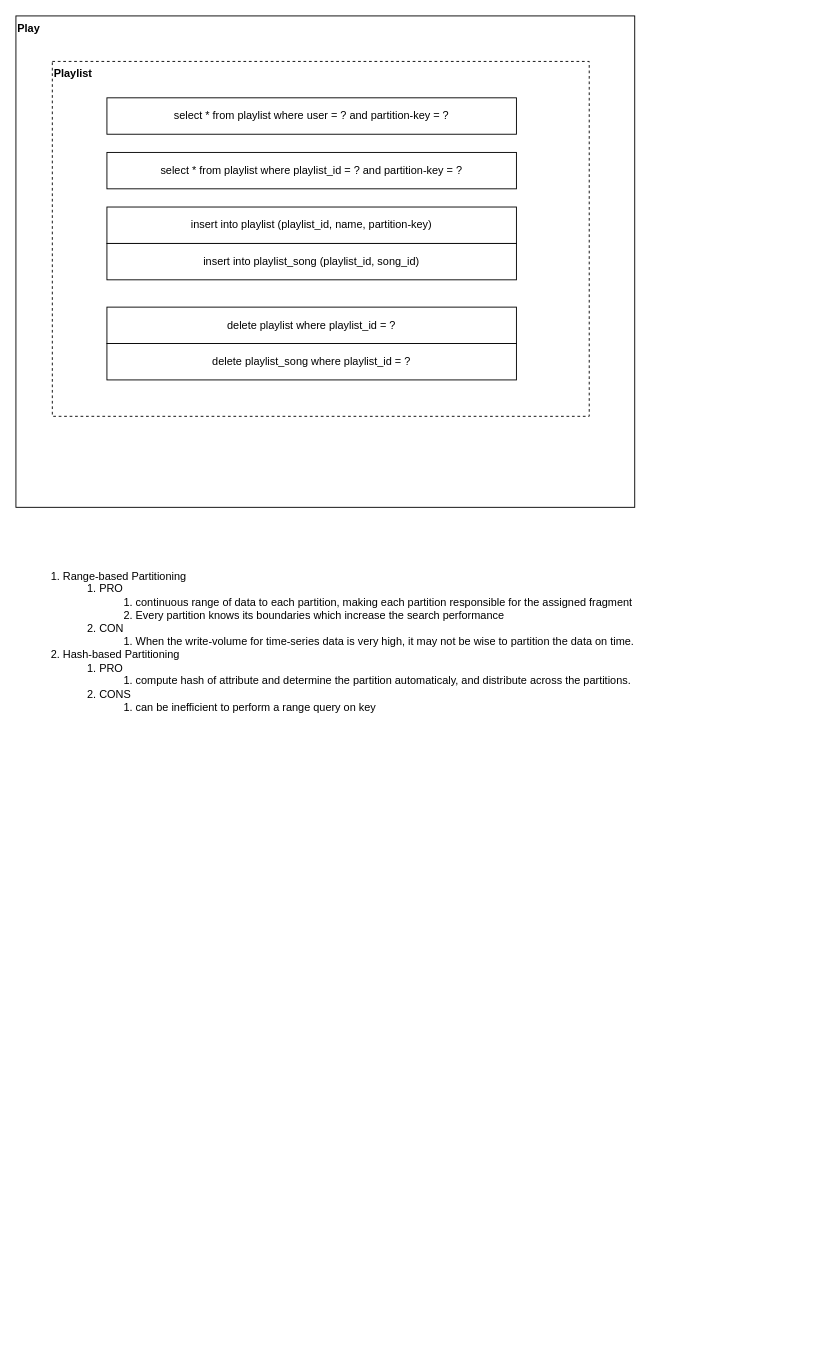
This is architecture/mary-jane-store/03.data-structure.drawio from codegik/pocs, a draw.io file, before an edit. Source tidied: cells renumbered, new cells numbered last; positions are measured from the earlier drawing's top-left corner, leaving out a move shared by most shapes. Both pictures are drawn from the tidied source at 91%, with x=0, y=0 at pixel (15, 15).
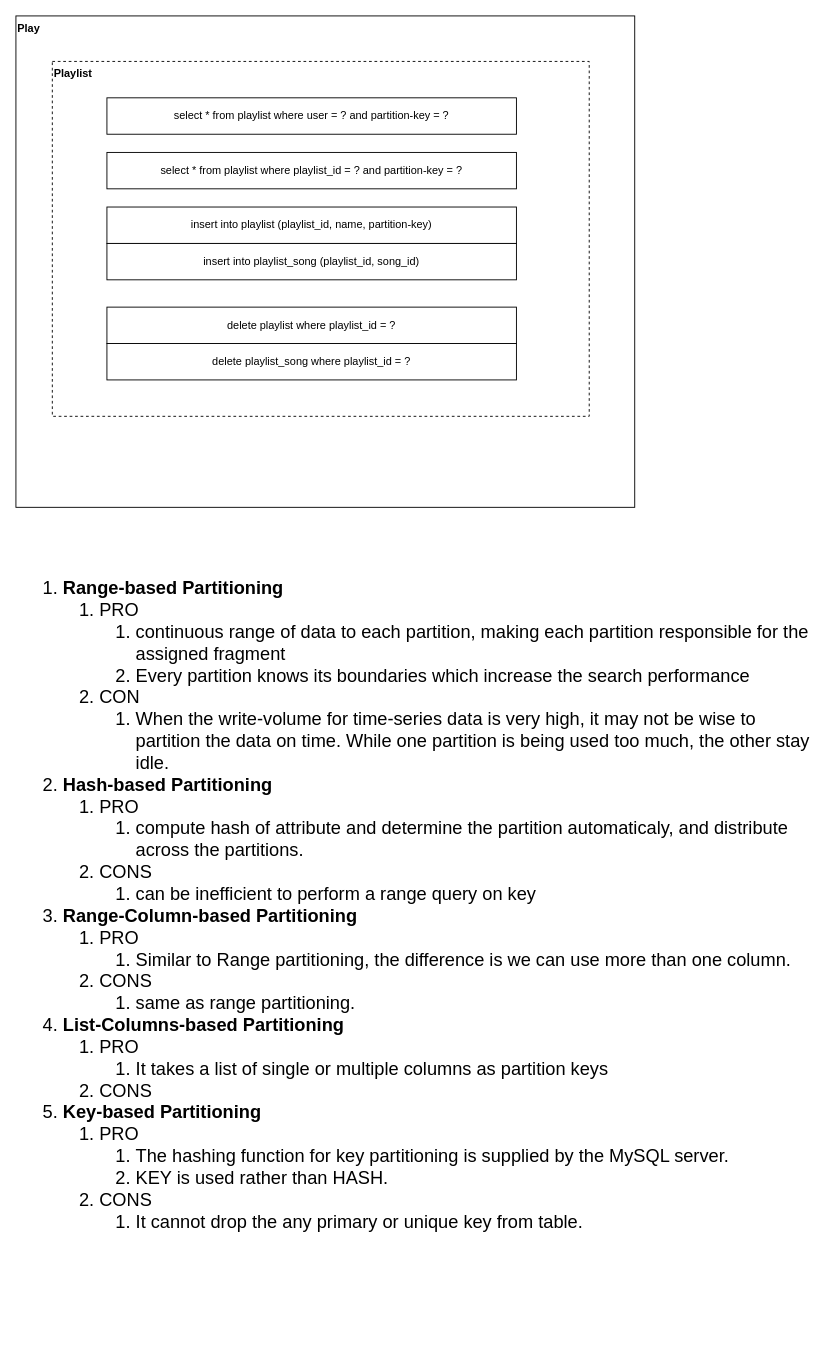
After the change.

Diff of the diagram source:
```diff
@@
 <mxGraphModel>
   <root>
     <mxCell id="0" />
     <mxCell id="1" parent="0" />
     <mxCell id="2" value="Play" style="rounded=0;whiteSpace=wrap;html=1;align=left;verticalAlign=top;fontStyle=1;" parent="1" vertex="1">
       <mxGeometry width="680" height="540" as="geometry" />
     </mxCell>
     <mxCell id="3" value="Playlist" style="rounded=0;whiteSpace=wrap;html=1;align=left;verticalAlign=top;dashed=1;fontStyle=1;" parent="1" vertex="1">
       <mxGeometry x="40" y="50" width="590" height="390" as="geometry" />
     </mxCell>
     <mxCell id="4" value="select * from playlist where user = ? and partition-key = ?" style="rounded=0;whiteSpace=wrap;html=1;" parent="1" vertex="1">
       <mxGeometry x="100" y="90" width="450" height="40" as="geometry" />
     </mxCell>
     <mxCell id="5" value="select * from playlist where playlist_id = ? and partition-key = ?" style="rounded=0;whiteSpace=wrap;html=1;" parent="1" vertex="1">
       <mxGeometry x="100" y="150" width="450" height="40" as="geometry" />
     </mxCell>
     <mxCell id="6" value="insert into playlist (playlist_id, name, partition-key)" style="rounded=0;whiteSpace=wrap;html=1;" parent="1" vertex="1">
       <mxGeometry x="100" y="210" width="450" height="40" as="geometry" />
     </mxCell>
     <mxCell id="7" value="delete playlist where playlist_id = ?" style="rounded=0;whiteSpace=wrap;html=1;" parent="1" vertex="1">
       <mxGeometry x="100" y="320" width="450" height="40" as="geometry" />
     </mxCell>
     <mxCell id="8" value="insert into playlist_song (playlist_id, song_id)" style="rounded=0;whiteSpace=wrap;html=1;" parent="1" vertex="1">
       <mxGeometry x="100" y="250" width="450" height="40" as="geometry" />
     </mxCell>
     <mxCell id="9" value="delete playlist_song where playlist_id = ?" style="rounded=0;whiteSpace=wrap;html=1;" parent="1" vertex="1">
       <mxGeometry x="100" y="360" width="450" height="40" as="geometry" />
     </mxCell>
-    <mxCell id="10" value="&lt;ol&gt;&lt;li&gt;Range-based Partitioning&lt;/li&gt;&lt;ol&gt;&lt;li&gt;PRO&lt;/li&gt;&lt;ol&gt;&lt;li&gt;continuous range of data to each partition, making each partition responsible for the assigned fragment&lt;/li&gt;&lt;li&gt;Every partition knows its boundaries which increase the search performance&lt;/li&gt;&lt;/ol&gt;&lt;li&gt;CON&lt;/li&gt;&lt;ol&gt;&lt;li&gt;When the write-volume for time-series data is very high, it may not be wise to partition the data on time.&lt;/li&gt;&lt;/ol&gt;&lt;/ol&gt;&lt;li&gt;Hash-based Partitioning &lt;br&gt;&lt;/li&gt;&lt;ol&gt;&lt;li&gt;PRO&lt;/li&gt;&lt;ol&gt;&lt;li&gt;compute hash of attribute and determine the partition automaticaly, and distribute across the partitions.&lt;br&gt;&lt;/li&gt;&lt;/ol&gt;&lt;li&gt;CONS&lt;/li&gt;&lt;ol&gt;&lt;li&gt;can be inefficient to perform a range query on key&lt;br&gt;&lt;/li&gt;&lt;/ol&gt;&lt;/ol&gt;&lt;/ol&gt;" style="text;html=1;strokeColor=none;fillColor=none;align=left;verticalAlign=top;whiteSpace=wrap;rounded=0;" parent="1" vertex="1">
-      <mxGeometry x="10" y="590" width="810" height="230" as="geometry" />
+    <mxCell id="10" value="&lt;ol style=&quot;font-size: 20px;&quot;&gt;&lt;li style=&quot;font-size: 20px;&quot;&gt;&lt;b&gt;Range-based Partitioning&lt;/b&gt;&lt;/li&gt;&lt;ol style=&quot;font-size: 20px;&quot;&gt;&lt;li style=&quot;font-size: 20px;&quot;&gt;PRO&lt;/li&gt;&lt;ol style=&quot;font-size: 20px;&quot;&gt;&lt;li style=&quot;font-size: 20px;&quot;&gt;continuous range of data to each partition, making each partition responsible for the assigned fragment&lt;/li&gt;&lt;li style=&quot;font-size: 20px;&quot;&gt;Every partition knows its boundaries which increase the search performance&lt;/li&gt;&lt;/ol&gt;&lt;li style=&quot;font-size: 20px;&quot;&gt;CON&lt;/li&gt;&lt;ol style=&quot;font-size: 20px;&quot;&gt;&lt;li style=&quot;font-size: 20px;&quot;&gt;When the write-volume for time-series data is very high, it may not be wise to partition the data on time. While one partition is being used too much, the other stay idle.&lt;br style=&quot;font-size: 20px;&quot;&gt;&lt;/li&gt;&lt;/ol&gt;&lt;/ol&gt;&lt;li style=&quot;font-size: 20px;&quot;&gt;&lt;b&gt;Hash-based Partitioning &lt;/b&gt;&lt;br style=&quot;font-size: 20px;&quot;&gt;&lt;/li&gt;&lt;ol style=&quot;font-size: 20px;&quot;&gt;&lt;li style=&quot;font-size: 20px;&quot;&gt;PRO&lt;/li&gt;&lt;ol style=&quot;font-size: 20px;&quot;&gt;&lt;li style=&quot;font-size: 20px;&quot;&gt;compute hash of attribute and determine the partition automaticaly, and distribute across the partitions.&lt;br style=&quot;font-size: 20px;&quot;&gt;&lt;/li&gt;&lt;/ol&gt;&lt;li style=&quot;font-size: 20px;&quot;&gt;CONS&lt;/li&gt;&lt;ol style=&quot;font-size: 20px;&quot;&gt;&lt;li style=&quot;font-size: 20px;&quot;&gt;can be inefficient to perform a range query on key&lt;/li&gt;&lt;/ol&gt;&lt;/ol&gt;&lt;li style=&quot;font-size: 20px;&quot;&gt;&lt;b&gt;Range-Column-based Partitioning&lt;/b&gt;&lt;/li&gt;&lt;ol style=&quot;font-size: 20px;&quot;&gt;&lt;li style=&quot;font-size: 20px;&quot;&gt;PRO&lt;/li&gt;&lt;ol style=&quot;font-size: 20px;&quot;&gt;&lt;li style=&quot;font-size: 20px;&quot;&gt;Similar to Range partitioning, the difference is we can use more than one column.&lt;/li&gt;&lt;/ol&gt;&lt;li style=&quot;font-size: 20px;&quot;&gt;CONS&lt;/li&gt;&lt;ol&gt;&lt;li style=&quot;font-size: 20px;&quot;&gt;same as range partitioning.&lt;/li&gt;&lt;/ol&gt;&lt;/ol&gt;&lt;li style=&quot;font-size: 20px;&quot;&gt;&lt;b&gt;List-Columns-based Partitioning&lt;/b&gt;&lt;/li&gt;&lt;ol&gt;&lt;li style=&quot;font-size: 20px;&quot;&gt;PRO&lt;/li&gt;&lt;ol&gt;&lt;li style=&quot;font-size: 20px;&quot;&gt;It takes a list of single or multiple columns as partition keys&lt;br&gt;&lt;/li&gt;&lt;/ol&gt;&lt;li style=&quot;font-size: 20px;&quot;&gt;CONS&lt;/li&gt;&lt;/ol&gt;&lt;li style=&quot;font-size: 20px;&quot;&gt;&lt;b&gt;Key-based Partitioning&lt;/b&gt;&lt;/li&gt;&lt;ol&gt;&lt;li style=&quot;font-size: 20px;&quot;&gt;PRO&lt;/li&gt;&lt;ol&gt;&lt;li style=&quot;font-size: 20px;&quot;&gt;The hashing function for key partitioning is supplied by the MySQL server.&lt;/li&gt;&lt;li style=&quot;font-size: 20px;&quot;&gt;KEY is used rather than HASH.&lt;br&gt;&lt;/li&gt;&lt;/ol&gt;&lt;li style=&quot;font-size: 20px;&quot;&gt;CONS&lt;/li&gt;&lt;ol&gt;&lt;li style=&quot;font-size: 20px;&quot;&gt;It cannot drop the any primary or unique key from table.&lt;br&gt;&lt;/li&gt;&lt;/ol&gt;&lt;/ol&gt;&lt;/ol&gt;&lt;div&gt;&lt;br&gt;&lt;/div&gt;&lt;div&gt;&lt;br&gt;&lt;/div&gt;" style="text;html=1;strokeColor=none;fillColor=none;align=left;verticalAlign=top;whiteSpace=wrap;rounded=0;fontSize=20;" parent="1" vertex="1">
+      <mxGeometry x="10" y="590" width="870" height="880" as="geometry" />
     </mxCell>
   </root>
 </mxGraphModel>
```
